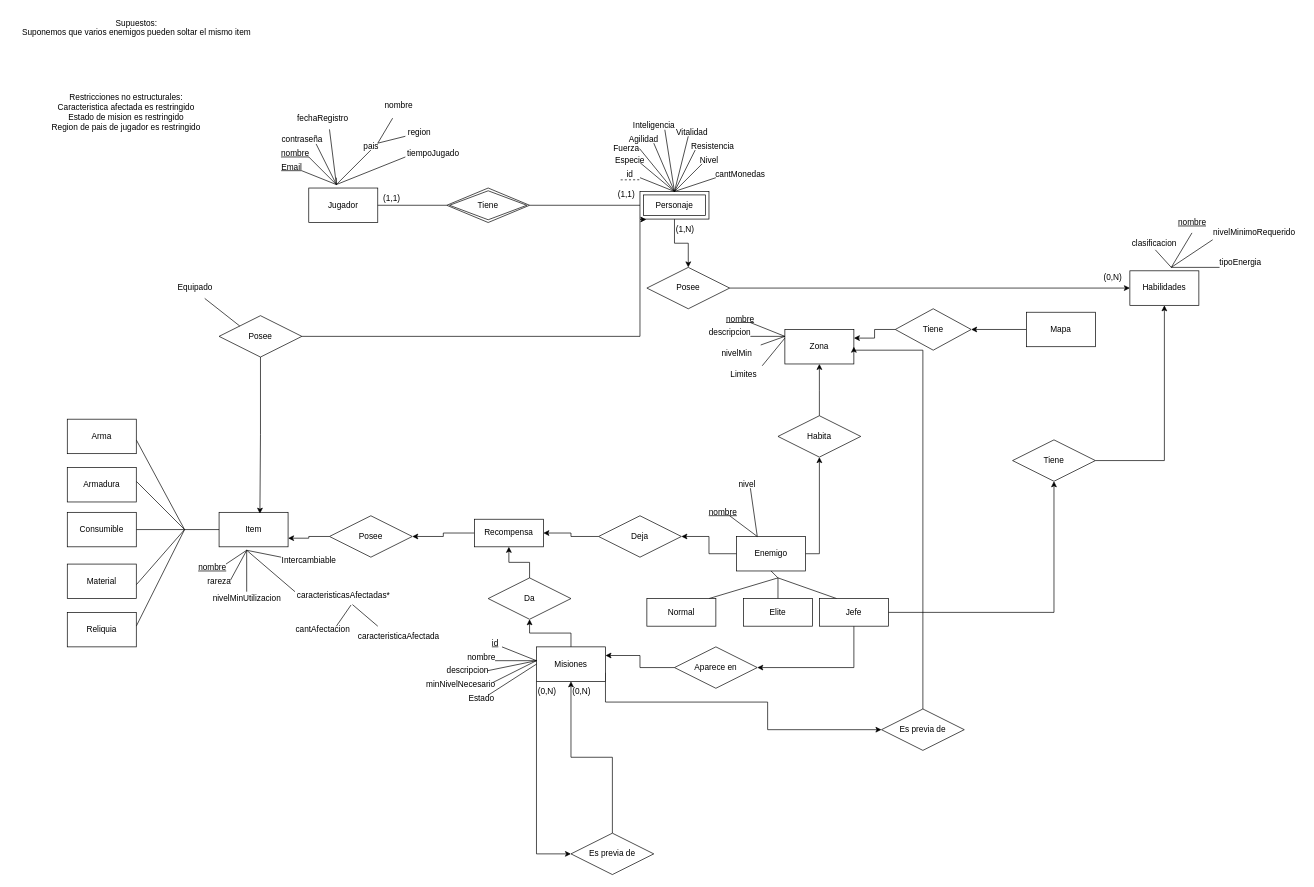
Earlier version of the draw.io diagram DOC/Parte1/Parte1.drawio (MartinAlonsoo/Obligatorio1BD2). Source tidied: cells renumbered, new cells numbered last; positions are measured from the earlier drawing's top-left corner, leaving out a move shared by most shapes. Both pictures are drawn from the tidied source at 69%, with x=0, y=0 at pixel (12, 12).
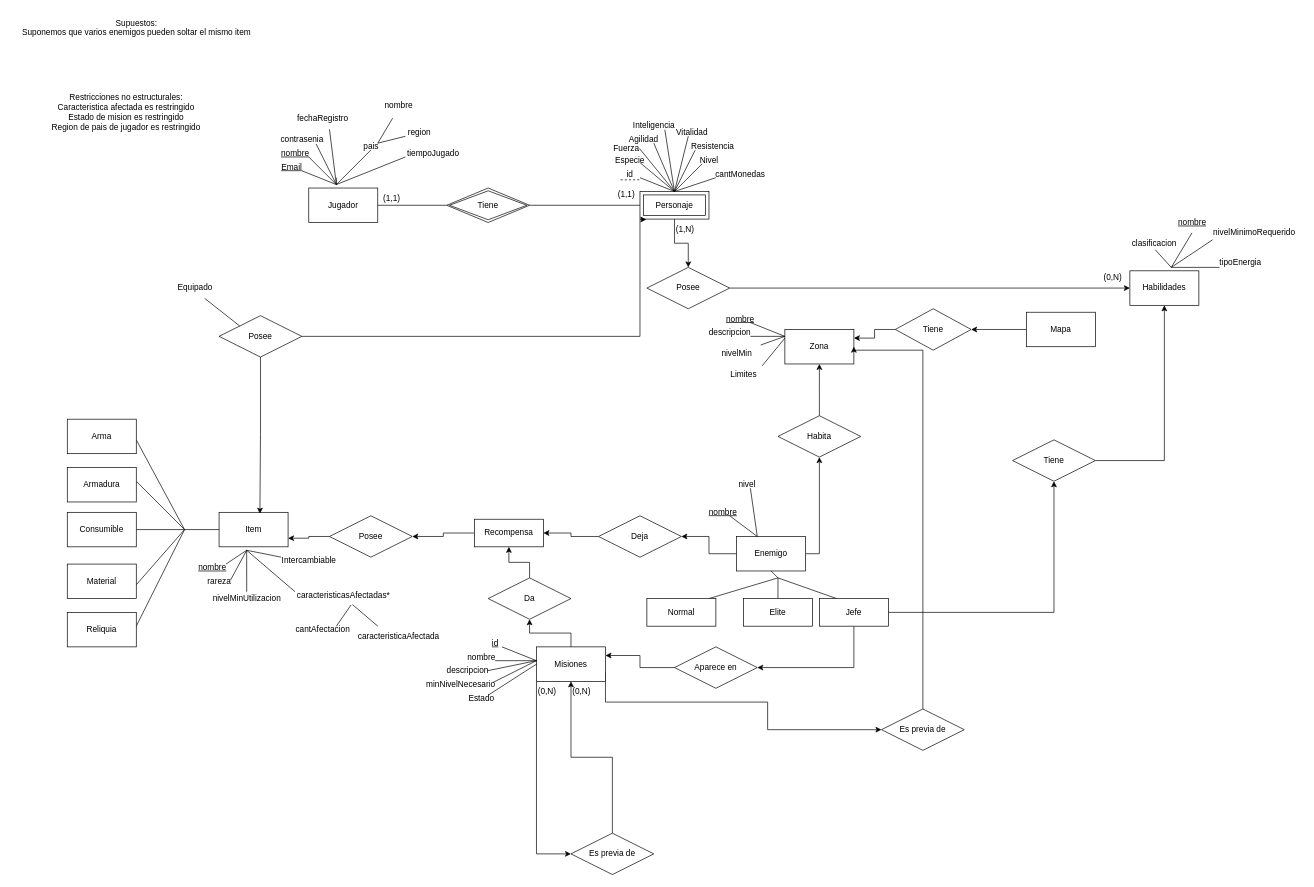
The same page after the edit.

Change to the diagram source:
```diff
@@
-    <mxCell id="60" value="contraseña" style="text;html=1;align=center;verticalAlign=middle;strokeColor=none;fillColor=none;" parent="1" vertex="1">
-      <mxGeometry x="380" y="170" width="80" height="30" as="geometry" />
+    <mxCell id="60" value="contrasenia" style="text;html=1;align=center;verticalAlign=middle;strokeColor=none;fillColor=none;" parent="1" vertex="1">
+      <mxGeometry x="375" y="170" width="90" height="30" as="geometry" />
     </mxCell>
```
